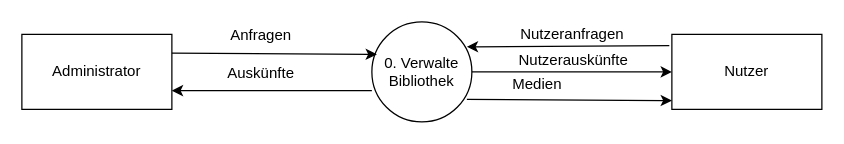
Earlier version of the draw.io diagram 2_Ontologies/Strukturierte Analyse/Kontextdiagramm.drawio (mostermann96/SWT2). Source tidied: cells renumbered, new cells numbered last; positions are measured from the earlier drawing's top-left corner, leaving out a move shared by most shapes. Both pictures are drawn from the tidied source at 125%, with x=0, y=0 at pixel (21, 21).
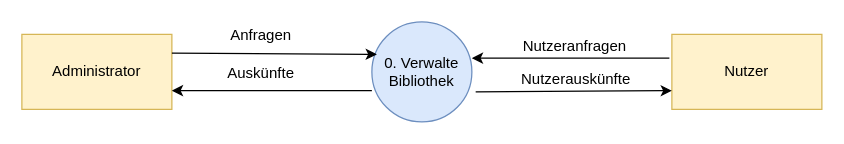
The same diagram, later.

Commit message (it also covers changes not shown here):
DWB, Kontextdia hübsch

The edit, as a diff of the source:
```diff
@@
 <mxGraphModel>
   <root>
     <mxCell id="0" />
     <mxCell id="1" parent="0" />
-    <mxCell id="2" value="&lt;div&gt;0. Verwalte&lt;/div&gt;&lt;div&gt;Bibliothek&lt;br&gt;&lt;/div&gt;" style="ellipse;whiteSpace=wrap;html=1;" parent="1" vertex="1">
+    <mxCell id="2" value="&lt;div&gt;0. Verwalte&lt;/div&gt;&lt;div&gt;Bibliothek&lt;br&gt;&lt;/div&gt;" style="ellipse;whiteSpace=wrap;html=1;fillColor=#dae8fc;strokeColor=#6c8ebf;" parent="1" vertex="1">
       <mxGeometry x="280" width="80" height="80" as="geometry" />
     </mxCell>
-    <mxCell id="3" value="Administrator" style="rounded=0;whiteSpace=wrap;html=1;" parent="1" vertex="1">
+    <mxCell id="3" value="Administrator" style="rounded=0;whiteSpace=wrap;html=1;fillColor=#fff2cc;strokeColor=#d6b656;" parent="1" vertex="1">
       <mxGeometry y="10" width="120" height="60" as="geometry" />
     </mxCell>
-    <mxCell id="4" value="Nutzer" style="rounded=0;whiteSpace=wrap;html=1;" parent="1" vertex="1">
+    <mxCell id="4" value="Nutzer" style="rounded=0;whiteSpace=wrap;html=1;fillColor=#fff2cc;strokeColor=#d6b656;" parent="1" vertex="1">
       <mxGeometry x="520" y="10" width="120" height="60" as="geometry" />
     </mxCell>
     <mxCell id="5" style="endArrow=classic;html=1;exitX=1;exitY=0.25;exitDx=0;exitDy=0;entryX=0.05;entryY=0.325;entryDx=0;entryDy=0;entryPerimeter=0;" parent="1" edge="1" source="3" target="2">
       <mxGeometry relative="1" as="geometry" />
     </mxCell>
     <mxCell id="6" value="Anfragen" style="text;html=1;align=center;verticalAlign=middle;labelBackgroundColor=#ffffff;" parent="5" vertex="1">
       <mxGeometry x="0.16" y="1" relative="1" as="geometry">
         <mxPoint x="-25" y="-14.5" as="offset" />
       </mxGeometry>
     </mxCell>
     <mxCell id="7" style="endArrow=classic;html=1;entryX=1;entryY=0.75;entryDx=0;entryDy=0;exitX=0;exitY=0.688;exitDx=0;exitDy=0;exitPerimeter=0;" parent="1" edge="1" source="2" target="3">
       <mxGeometry relative="1" as="geometry" />
     </mxCell>
     <mxCell id="8" value="Auskünfte" style="text;html=1;align=center;verticalAlign=middle;labelBackgroundColor=#ffffff;" parent="7" vertex="1">
       <mxGeometry x="0.21" relative="1" as="geometry">
         <mxPoint x="7" y="-15" as="offset" />
       </mxGeometry>
     </mxCell>
-    <mxCell id="9" style="endArrow=classic;html=1;entryX=0;entryY=0.5;entryDx=0;entryDy=0;exitX=1;exitY=0.5;exitDx=0;exitDy=0;" parent="1" edge="1" source="2" target="4">
+    <mxCell id="9" style="endArrow=classic;html=1;entryX=0;entryY=0.75;entryDx=0;entryDy=0;exitX=1.038;exitY=0.7;exitDx=0;exitDy=0;exitPerimeter=0;" parent="1" edge="1" source="2" target="4">
       <mxGeometry relative="1" as="geometry" />
     </mxCell>
     <mxCell id="10" value="Nutzerauskünfte" style="text;html=1;align=center;verticalAlign=middle;labelBackgroundColor=#ffffff;" parent="9" vertex="1">
       <mxGeometry x="-0.55" y="-2" relative="1" as="geometry">
         <mxPoint x="44" y="-12" as="offset" />
       </mxGeometry>
     </mxCell>
-    <mxCell id="11" style="endArrow=classic;html=1;exitX=-0.017;exitY=0.15;exitDx=0;exitDy=0;exitPerimeter=0;entryX=0.95;entryY=0.25;entryDx=0;entryDy=0;entryPerimeter=0;" parent="1" edge="1" source="4" target="2">
-      <mxGeometry relative="1" as="geometry" />
+    <mxCell id="11" style="endArrow=classic;html=1;" parent="1" edge="1">
+      <mxGeometry relative="1" as="geometry">
+        <mxPoint x="518" y="29" as="sourcePoint" />
+        <mxPoint x="360" y="29" as="targetPoint" />
+      </mxGeometry>
     </mxCell>
     <mxCell id="12" value="Nutzeranfragen" style="text;html=1;align=center;verticalAlign=middle;labelBackgroundColor=#ffffff;" parent="11" vertex="1">
       <mxGeometry x="-0.37" y="1" relative="1" as="geometry">
         <mxPoint x="-27" y="-10.5" as="offset" />
       </mxGeometry>
     </mxCell>
-    <mxCell id="13" style="endArrow=classic;html=1;exitX=0.95;exitY=0.775;exitDx=0;exitDy=0;exitPerimeter=0;" parent="1" edge="1" source="2">
-      <mxGeometry relative="1" as="geometry">
-        <mxPoint x="520" y="63" as="targetPoint" />
-      </mxGeometry>
-    </mxCell>
-    <mxCell id="14" value="Medien" style="text;html=1;align=center;verticalAlign=middle;labelBackgroundColor=#ffffff;" parent="13" vertex="1">
-      <mxGeometry x="0.6" y="-2" relative="1" as="geometry">
-        <mxPoint x="-75" y="-15" as="offset" />
-      </mxGeometry>
-    </mxCell>
   </root>
 </mxGraphModel>
```
